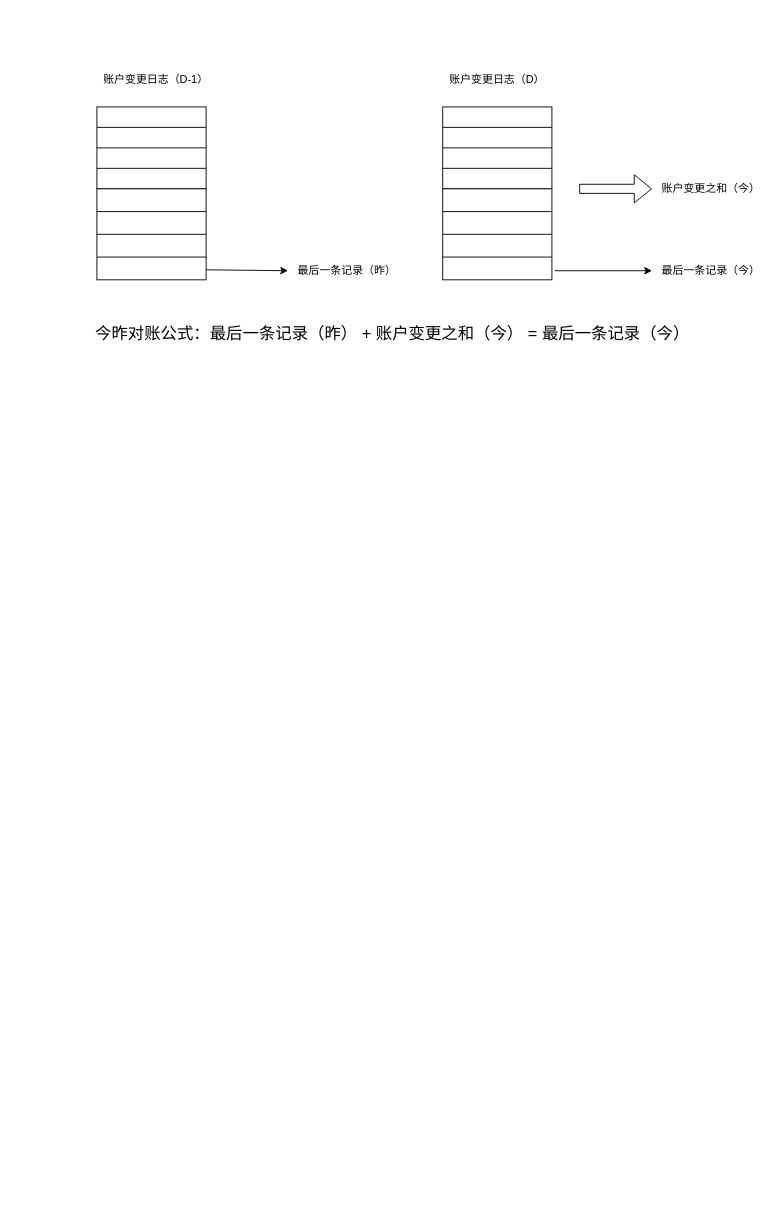
Before: page "单个系统内部对账" (4 of 4) of xc-account/design/account-structure/xc-account-structure1.drawio in waterStone528/job, a draw.io diagram. Source tidied: cells renumbered, new cells numbered last; positions are measured from the earlier drawing's top-left corner, leaving out a move shared by most shapes. Both pictures are drawn from the tidied source at 91%, with x=0, y=0 at pixel (87, 70).
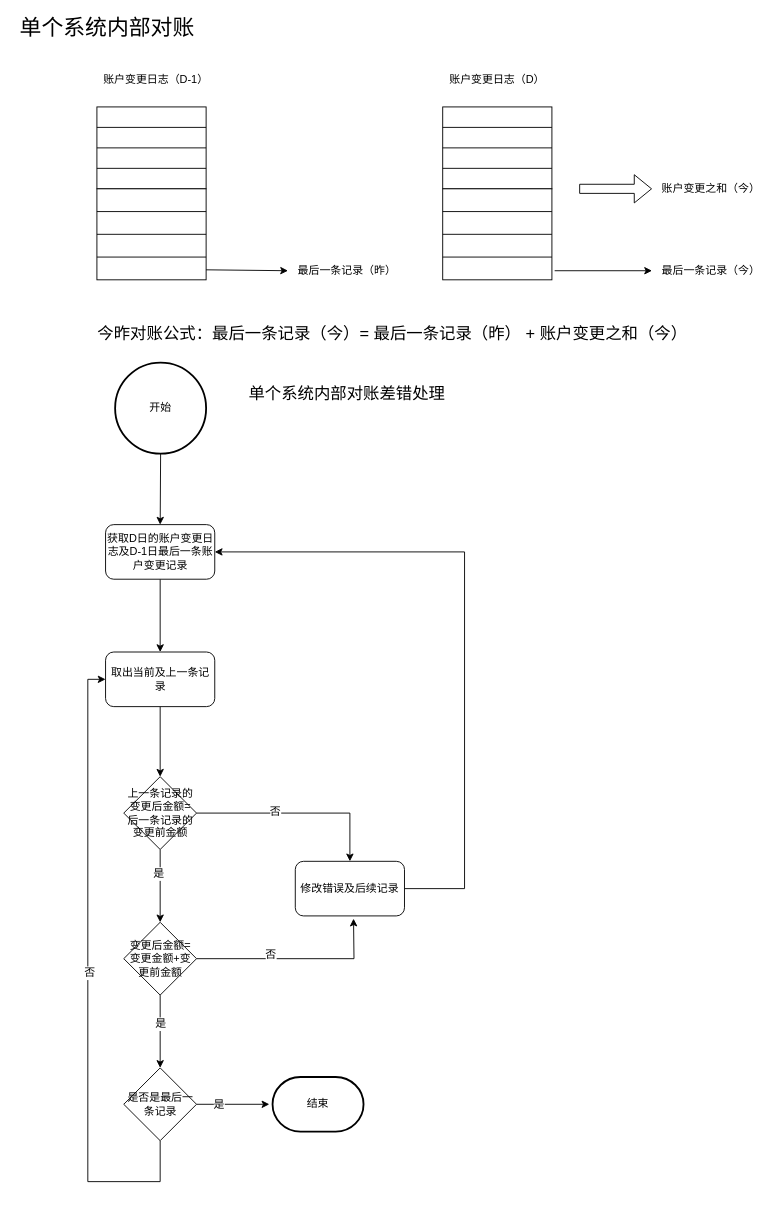
After the change.

Change to the diagram source:
```diff
@@
-    <mxCell id="26" value="&lt;font style=&quot;font-size: 18px&quot;&gt;今昨对账公式：最后一条记录（昨） + 账户变更之和（今） = 最后一条记录（今）&lt;/font&gt;" style="text;html=1;strokeColor=none;fillColor=none;align=center;verticalAlign=middle;whiteSpace=wrap;rounded=0;" parent="1" vertex="1">
+    <mxCell id="26" value="&lt;font style=&quot;font-size: 18px&quot;&gt;今昨对账公式：最后一条记录（今）= 最后一条记录（昨） + 账户变更之和（今）&lt;/font&gt;" style="text;html=1;strokeColor=none;fillColor=none;align=center;verticalAlign=middle;whiteSpace=wrap;rounded=0;" parent="1" vertex="1">
       <mxGeometry y="280" width="670" height="20" as="geometry" />
     </mxCell>
+    <mxCell id="27" value="&lt;font style=&quot;font-size: 24px&quot;&gt;单个系统内部对账&lt;/font&gt;" style="text;html=1;strokeColor=none;fillColor=none;align=center;verticalAlign=middle;whiteSpace=wrap;rounded=0;" parent="1" vertex="1">
+      <mxGeometry x="-79" y="-56" width="201" height="20" as="geometry" />
+    </mxCell>
+    <mxCell id="28" style="edgeStyle=orthogonalEdgeStyle;rounded=0;comic=0;jumpStyle=sharp;jumpSize=8;jettySize=auto;html=1;shadow=0;startArrow=none;startFill=0;strokeWidth=1;" parent="1" edge="1" source="29" target="31">
+      <mxGeometry relative="1" as="geometry" />
+    </mxCell>
+    <mxCell id="29" value="获取D日的账户变更日志及D-1日最后一条账户变更记录" style="rounded=1;whiteSpace=wrap;html=1;" parent="1" vertex="1">
+      <mxGeometry x="19.5" y="499" width="120" height="60" as="geometry" />
+    </mxCell>
+    <mxCell id="30" style="edgeStyle=orthogonalEdgeStyle;rounded=0;comic=0;jumpStyle=sharp;jumpSize=8;jettySize=auto;html=1;shadow=0;startArrow=none;startFill=0;strokeWidth=1;" parent="1" edge="1" source="31" target="36">
+      <mxGeometry relative="1" as="geometry" />
+    </mxCell>
+    <mxCell id="31" value="取出当前及上一条记录" style="rounded=1;whiteSpace=wrap;html=1;" parent="1" vertex="1">
+      <mxGeometry x="19.5" y="639" width="120" height="60" as="geometry" />
+    </mxCell>
+    <mxCell id="32" style="edgeStyle=orthogonalEdgeStyle;rounded=0;comic=0;jumpStyle=sharp;jumpSize=8;jettySize=auto;html=1;shadow=0;startArrow=none;startFill=0;strokeWidth=1;" parent="1" edge="1" source="36" target="41">
+      <mxGeometry relative="1" as="geometry" />
+    </mxCell>
+    <mxCell id="33" value="是" style="text;html=1;align=center;verticalAlign=middle;labelBackgroundColor=#ffffff;" parent="32" vertex="1">
+      <mxGeometry x="-0.35" y="-2" relative="1" as="geometry" />
+    </mxCell>
+    <mxCell id="34" style="edgeStyle=orthogonalEdgeStyle;rounded=0;comic=0;jumpStyle=sharp;jumpSize=8;jettySize=auto;html=1;shadow=0;startArrow=none;startFill=0;strokeWidth=1;" parent="1" edge="1" source="36" target="48">
+      <mxGeometry relative="1" as="geometry" />
+    </mxCell>
+    <mxCell id="35" value="否" style="text;html=1;align=center;verticalAlign=middle;labelBackgroundColor=#ffffff;" parent="34" vertex="1">
+      <mxGeometry x="-0.23" y="2" relative="1" as="geometry">
+        <mxPoint x="1" as="offset" />
+      </mxGeometry>
+    </mxCell>
+    <mxCell id="36" value="&lt;p class=&quot;MsoNormal&quot;&gt;&lt;font style=&quot;font-size: 12px&quot;&gt;&lt;font face=&quot;仿宋&quot;&gt;上一条记录的变更后金额&lt;/font&gt;=后一条记录的变更前金额&lt;/font&gt;&lt;/p&gt;" style="rhombus;whiteSpace=wrap;html=1;" parent="1" vertex="1">
+      <mxGeometry x="39.5" y="776" width="80" height="80" as="geometry" />
+    </mxCell>
+    <mxCell id="37" style="edgeStyle=orthogonalEdgeStyle;rounded=0;comic=0;jumpStyle=sharp;jumpSize=8;jettySize=auto;html=1;shadow=0;startArrow=none;startFill=0;strokeWidth=1;" parent="1" edge="1" source="41" target="46">
+      <mxGeometry relative="1" as="geometry" />
+    </mxCell>
+    <mxCell id="38" value="是" style="text;html=1;align=center;verticalAlign=middle;labelBackgroundColor=#ffffff;" parent="37" vertex="1">
+      <mxGeometry x="-0.23" relative="1" as="geometry" />
+    </mxCell>
+    <mxCell id="39" style="edgeStyle=orthogonalEdgeStyle;rounded=0;comic=0;jumpStyle=sharp;jumpSize=8;jettySize=auto;html=1;shadow=0;startArrow=none;startFill=0;strokeWidth=1;" parent="1" edge="1" source="41">
+      <mxGeometry relative="1" as="geometry">
+        <mxPoint x="292" y="932" as="targetPoint" />
+      </mxGeometry>
+    </mxCell>
+    <mxCell id="40" value="否" style="text;html=1;align=center;verticalAlign=middle;labelBackgroundColor=#ffffff;" parent="39" vertex="1">
+      <mxGeometry x="-0.26" y="5" relative="1" as="geometry">
+        <mxPoint x="1" as="offset" />
+      </mxGeometry>
+    </mxCell>
+    <mxCell id="41" value="&lt;p class=&quot;MsoNormal&quot;&gt;&lt;/p&gt;&lt;p class=&quot;MsoNormal&quot;&gt;&lt;span style=&quot;font-weight: normal&quot;&gt;&lt;font style=&quot;font-size: 12px&quot;&gt;&lt;font face=&quot;仿宋&quot;&gt;变更后金额&lt;/font&gt;=变更金额+变更前金额&lt;/font&gt;&lt;/span&gt;&lt;/p&gt;" style="rhombus;whiteSpace=wrap;html=1;" parent="1" vertex="1">
+      <mxGeometry x="39.5" y="936" width="80" height="80" as="geometry" />
+    </mxCell>
+    <mxCell id="42" style="edgeStyle=orthogonalEdgeStyle;rounded=0;comic=0;jumpStyle=sharp;jumpSize=8;jettySize=auto;html=1;shadow=0;startArrow=none;startFill=0;strokeWidth=1;entryX=0;entryY=0.5;entryDx=0;entryDy=0;" parent="1" edge="1" source="46" target="31">
+      <mxGeometry relative="1" as="geometry">
+        <Array as="points">
+          <mxPoint x="80" y="1221" />
+          <mxPoint y="1221" />
+          <mxPoint y="669" />
+        </Array>
+      </mxGeometry>
+    </mxCell>
+    <mxCell id="43" value="否" style="text;html=1;align=center;verticalAlign=middle;labelBackgroundColor=#ffffff;" parent="42" vertex="1">
+      <mxGeometry x="0.02" y="-1" relative="1" as="geometry">
+        <mxPoint y="1" as="offset" />
+      </mxGeometry>
+    </mxCell>
+    <mxCell id="44" style="edgeStyle=orthogonalEdgeStyle;rounded=0;comic=0;jumpStyle=sharp;jumpSize=8;jettySize=auto;html=1;shadow=0;startArrow=none;startFill=0;strokeWidth=1;" parent="1" edge="1" source="46">
+      <mxGeometry relative="1" as="geometry">
+        <mxPoint x="199.5" y="1136" as="targetPoint" />
+      </mxGeometry>
+    </mxCell>
+    <mxCell id="45" value="是" style="text;html=1;align=center;verticalAlign=middle;labelBackgroundColor=#ffffff;" parent="44" vertex="1">
+      <mxGeometry x="-0.41" relative="1" as="geometry" />
+    </mxCell>
+    <mxCell id="46" value="&lt;p class=&quot;MsoNormal&quot;&gt;&lt;/p&gt;&lt;p class=&quot;MsoNormal&quot;&gt;&lt;font face=&quot;仿宋&quot;&gt;是否是最后一条记录&lt;/font&gt;&lt;/p&gt;" style="rhombus;whiteSpace=wrap;html=1;" parent="1" vertex="1">
+      <mxGeometry x="39.5" y="1096" width="80" height="80" as="geometry" />
+    </mxCell>
+    <mxCell id="47" style="edgeStyle=orthogonalEdgeStyle;rounded=0;comic=0;jumpStyle=sharp;jumpSize=8;jettySize=auto;html=1;entryX=1;entryY=0.5;entryDx=0;entryDy=0;shadow=0;startArrow=none;startFill=0;strokeWidth=1;" parent="1" edge="1" source="48" target="29">
+      <mxGeometry relative="1" as="geometry">
+        <Array as="points">
+          <mxPoint x="414" y="899" />
+          <mxPoint x="414" y="529" />
+        </Array>
+      </mxGeometry>
+    </mxCell>
+    <mxCell id="48" value="修改错误及后续记录" style="rounded=1;whiteSpace=wrap;html=1;" parent="1" vertex="1">
+      <mxGeometry x="228" y="869" width="120" height="60" as="geometry" />
+    </mxCell>
+    <mxCell id="49" style="edgeStyle=orthogonalEdgeStyle;rounded=0;comic=0;jumpStyle=sharp;jumpSize=8;jettySize=auto;html=1;entryX=0.5;entryY=0;entryDx=0;entryDy=0;shadow=0;startArrow=none;startFill=0;strokeWidth=1;" parent="1" edge="1" source="50" target="29">
+      <mxGeometry relative="1" as="geometry" />
+    </mxCell>
+    <mxCell id="50" value="开始" style="strokeWidth=2;html=1;shape=mxgraph.flowchart.start_2;whiteSpace=wrap;" parent="1" vertex="1">
+      <mxGeometry x="30" y="321" width="100" height="100" as="geometry" />
+    </mxCell>
+    <mxCell id="51" value="结束" style="strokeWidth=2;html=1;shape=mxgraph.flowchart.terminator;whiteSpace=wrap;" parent="1" vertex="1">
+      <mxGeometry x="203" y="1106" width="100" height="60" as="geometry" />
+    </mxCell>
+    <mxCell id="52" value="&lt;font style=&quot;font-size: 18px&quot;&gt;单个系统内部对账差错处理&lt;/font&gt;" style="text;html=1;align=left;verticalAlign=top;spacingTop=-4;" parent="1" vertex="1">
+      <mxGeometry x="175" y="343" width="226" height="16" as="geometry" />
+    </mxCell>
```
